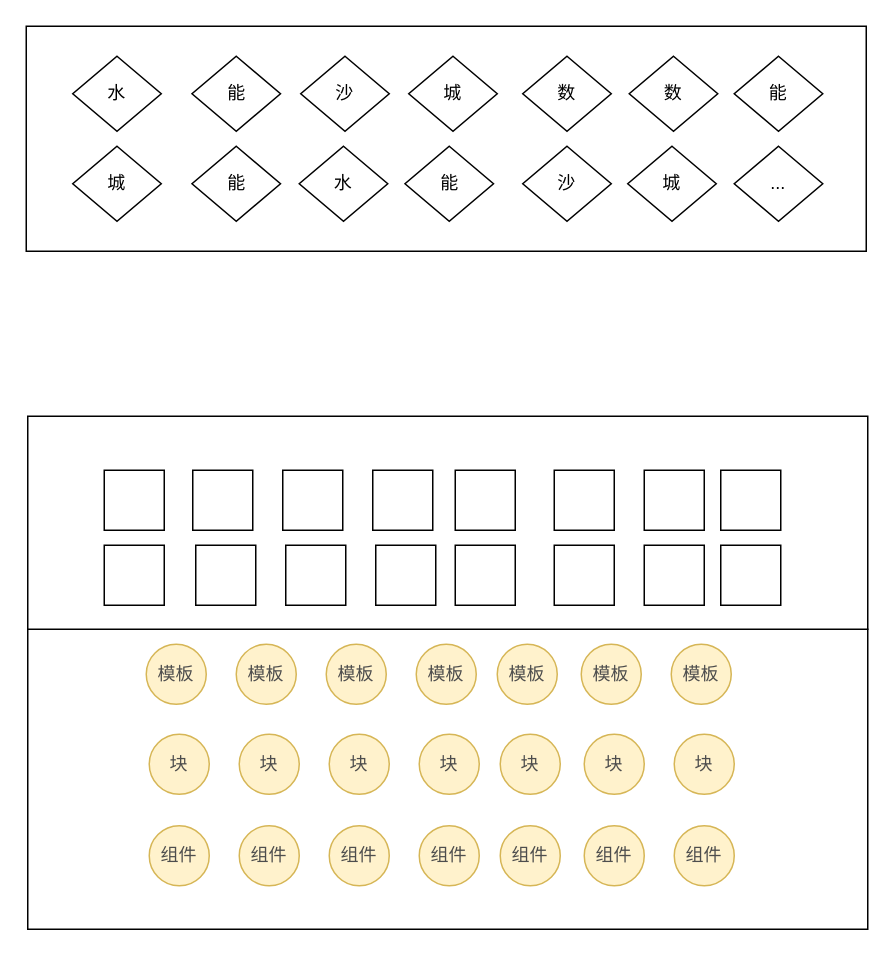
The draw.io diagram 低代码—预期项目架构.drawio in tangyaosimida/love, before the edit. Source tidied: cells renumbered, new cells numbered last; positions are measured from the earlier drawing's top-left corner, leaving out a move shared by most shapes. Both pictures are drawn from the tidied source at 150%, with x=0, y=0 at pixel (26, 26).
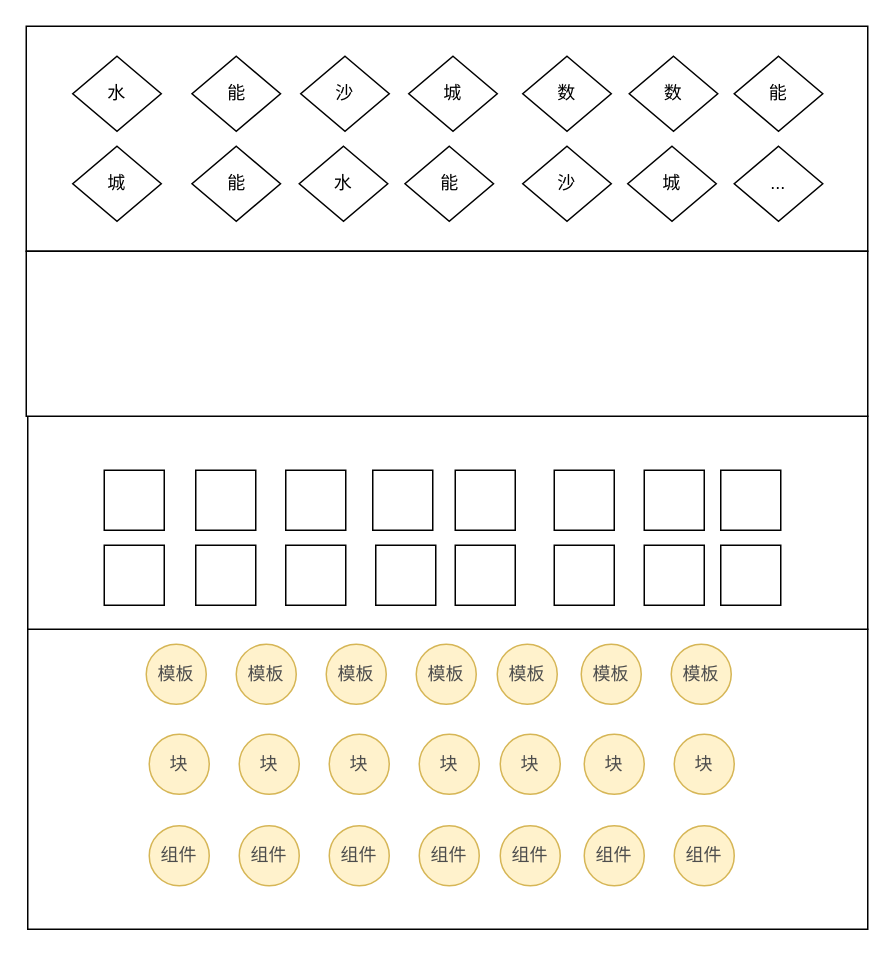
The same page after the edit.

Commit message (it also covers changes not shown here):
更新低代码—预期项目架构.drawio

The edit, as a diff of the source:
```diff
@@
     <mxCell id="3" style="rounded=0;whiteSpace=wrap;html=1;" parent="1" vertex="1">
-      <mxGeometry width="560" height="150" as="geometry" />
+      <mxGeometry width="561" height="150" as="geometry" />
     </mxCell>
@@
     <mxCell id="27" style="whiteSpace=wrap;html=1;" parent="1" vertex="1">
-      <mxGeometry x="111" y="296" width="40" height="40" as="geometry" />
+      <mxGeometry x="113" y="296" width="40" height="40" as="geometry" />
     </mxCell>
     <mxCell id="28" style="whiteSpace=wrap;html=1;" parent="1" vertex="1">
-      <mxGeometry x="171" y="296" width="40" height="40" as="geometry" />
+      <mxGeometry x="173" y="296" width="40" height="40" as="geometry" />
     </mxCell>
@@
+    <mxCell id="56" style="rounded=0;whiteSpace=wrap;html=1;" parent="1" vertex="1">
+      <mxGeometry y="150" width="561" height="110" as="geometry" />
+    </mxCell>
```
